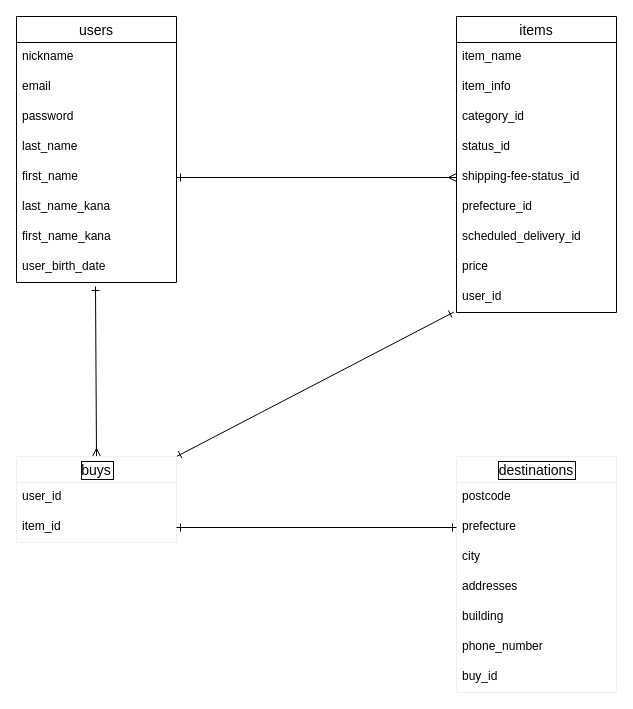
Before: er.dio in mikaymgc/furima-37298, a draw.io diagram. Source tidied: cells renumbered, new cells numbered last; positions are measured from the earlier drawing's top-left corner, leaving out a move shared by most shapes. Both pictures are drawn from the tidied source at 100%, with x=0, y=0 at pixel (16, 16).
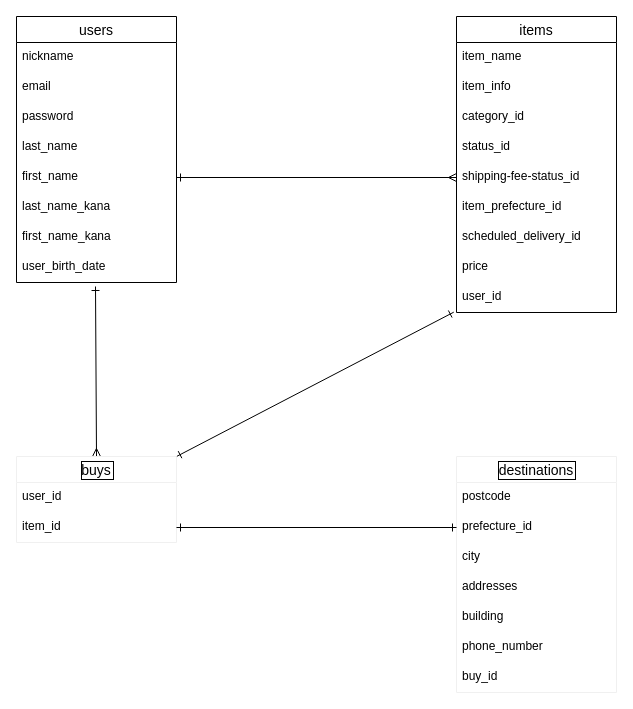
The same page after the edit.

Commit message (it also covers changes not shown here):
データベース設計　修正２

Unchanged cells that the change refers to:
```xml
<mxCell id="11" value="items" style="swimlane;fontStyle=0;horizontal=1;startSize=26;align=center;fontSize=14;" parent="1" vertex="1">
  <mxGeometry x="440" width="160" height="296" as="geometry" />
</mxCell>
<mxCell id="26" value="destinations" style="swimlane;fontStyle=0;horizontal=1;startSize=26;align=center;fontSize=14;strokeColor=#f0f0f0;labelBorderColor=#000000;" parent="1" vertex="1">
  <mxGeometry x="440" y="440" width="160" height="236" as="geometry" />
</mxCell>
```

What changed in the source:
```diff
@@
-    <mxCell id="17" value="prefecture_id" style="text;strokeColor=none;fillColor=none;spacingLeft=4;spacingRight=4;overflow=hidden;fontSize=12;" parent="11" vertex="1">
+    <mxCell id="17" value="item_prefecture_id" style="text;strokeColor=none;fillColor=none;spacingLeft=4;spacingRight=4;overflow=hidden;fontSize=12;" parent="11" vertex="1">
       <mxGeometry y="176" width="160" height="30" as="geometry" />
     </mxCell>
@@
-    <mxCell id="28" value="prefecture" style="text;strokeColor=none;fillColor=none;spacingLeft=4;spacingRight=4;overflow=hidden;points=[[0,0.5],[1,0.5]];portConstraint=eastwest;fontSize=12;" parent="26" vertex="1">
+    <mxCell id="28" value="prefecture_id" style="text;strokeColor=none;fillColor=none;spacingLeft=4;spacingRight=4;overflow=hidden;points=[[0,0.5],[1,0.5]];portConstraint=eastwest;fontSize=12;" parent="26" vertex="1">
       <mxGeometry y="56" width="160" height="30" as="geometry" />
     </mxCell>
```
